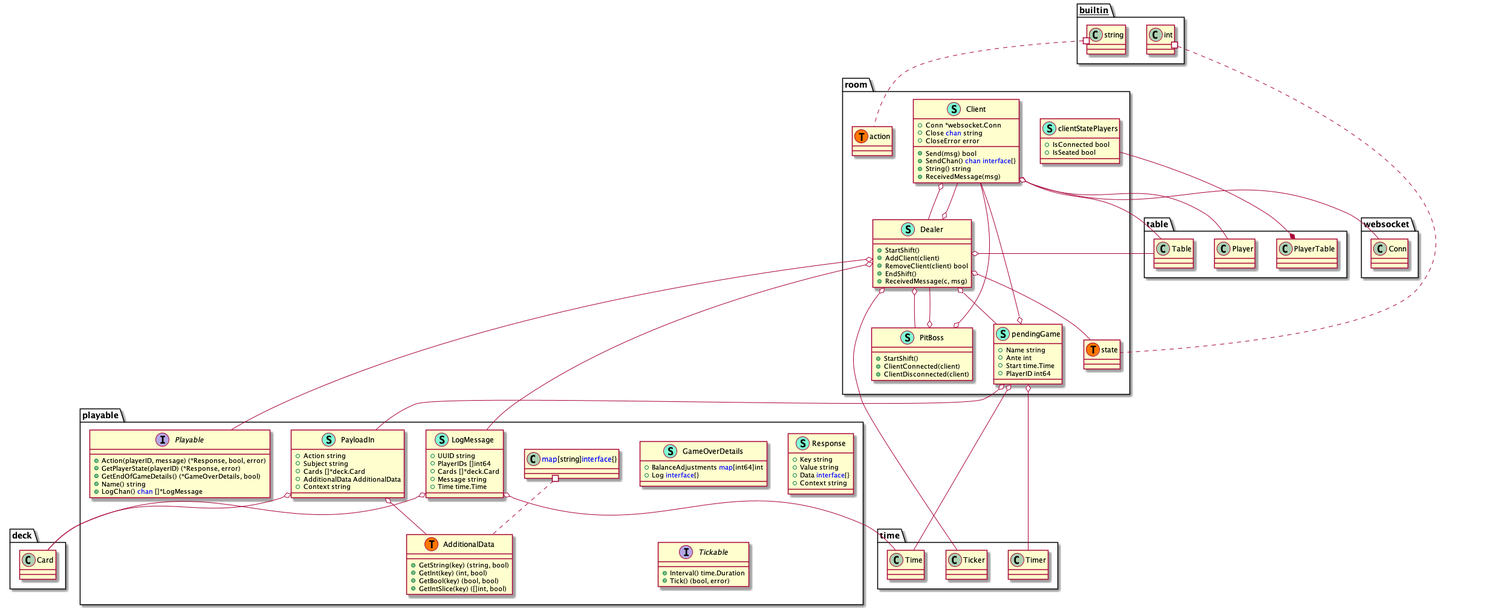
Above: assets/uml_room.png in weters/mondaynightpoker-server (PlantUML), before the change.
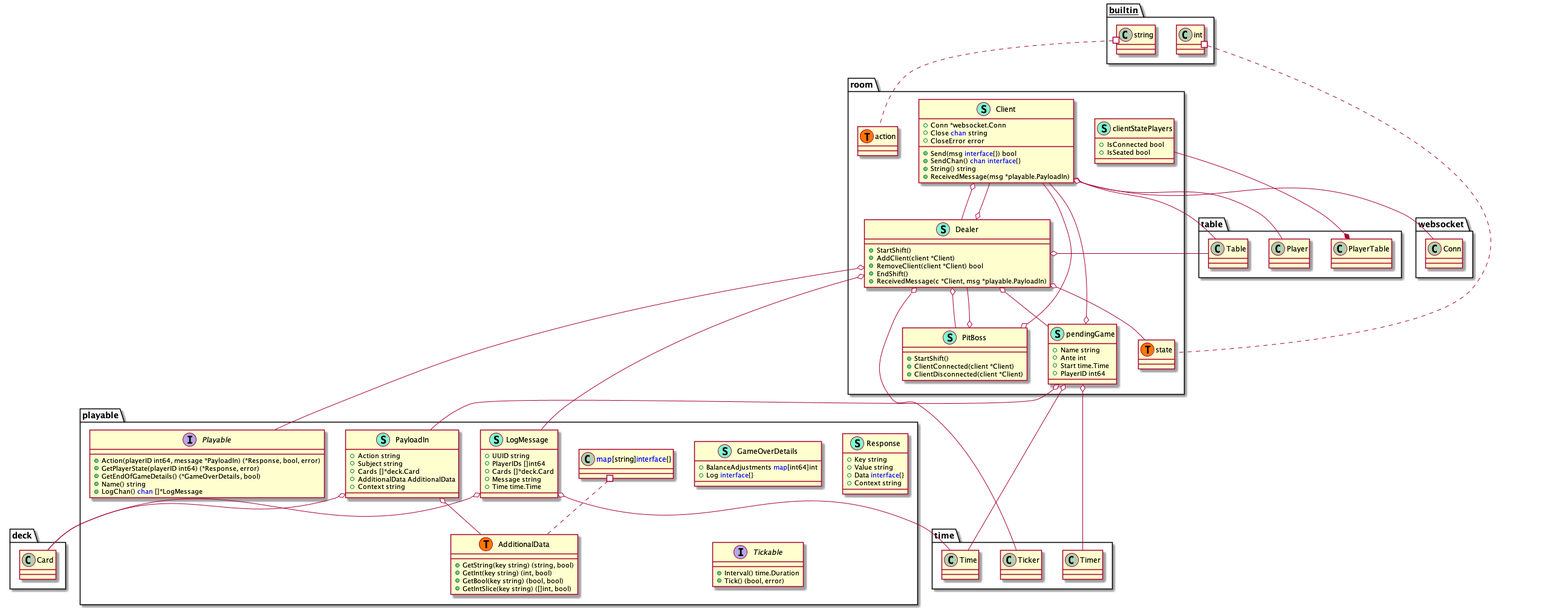
The same file after the commit.

Change to the diagram source:
```diff
@@ -1,10 +1,10 @@
 @startuml
 namespace playable {
     class AdditionalData << (S,Aquamarine) >> {
-        + GetString(key) (string, bool)
-        + GetInt(key) (int, bool)
-        + GetBool(key) (bool, bool)
-        + GetIntSlice(key) ([]int, bool)
+        + GetString(key string) (string, bool)
+        + GetInt(key string) (int, bool)
+        + GetBool(key string) (bool, bool)
+        + GetIntSlice(key string) ([]int, bool)
 
     }
     class GameOverDetails << (S,Aquamarine) >> {
@@ -29,8 +29,8 @@
 
     }
     interface Playable  {
-        + Action(playerID, message) (*Response, bool, error)
-        + GetPlayerState(playerID) (*Response, error)
+        + Action(playerID int64, message *PayloadIn) (*Response, bool, error)
+        + GetPlayerState(playerID int64) (*Response, error)
         + GetEndOfGameDetails() (*GameOverDetails, bool)
         + Name() string
         + LogChan() <font color=blue>chan</font> []*LogMessage
@@ -64,24 +64,24 @@
         + Close <font color=blue>chan</font> string
         + CloseError error
 
-        + Send(msg) bool
+        + Send(msg <font color=blue>interface</font>{}) bool
         + SendChan() <font color=blue>chan</font> <font color=blue>interface</font>{}
         + String() string
-        + ReceivedMessage(msg)
+        + ReceivedMessage(msg *playable.PayloadIn)
 
     }
     class Dealer << (S,Aquamarine) >> {
         + StartShift()
-        + AddClient(client)
-        + RemoveClient(client) bool
+        + AddClient(client *Client)
+        + RemoveClient(client *Client) bool
         + EndShift()
-        + ReceivedMessage(c, msg)
+        + ReceivedMessage(c *Client, msg *playable.PayloadIn)
 
     }
     class PitBoss << (S,Aquamarine) >> {
         + StartShift()
-        + ClientConnected(client)
-        + ClientDisconnected(client)
+        + ClientConnected(client *Client)
+        + ClientDisconnected(client *Client)
 
     }
     class clientStatePlayers << (S,Aquamarine) >> {
```
